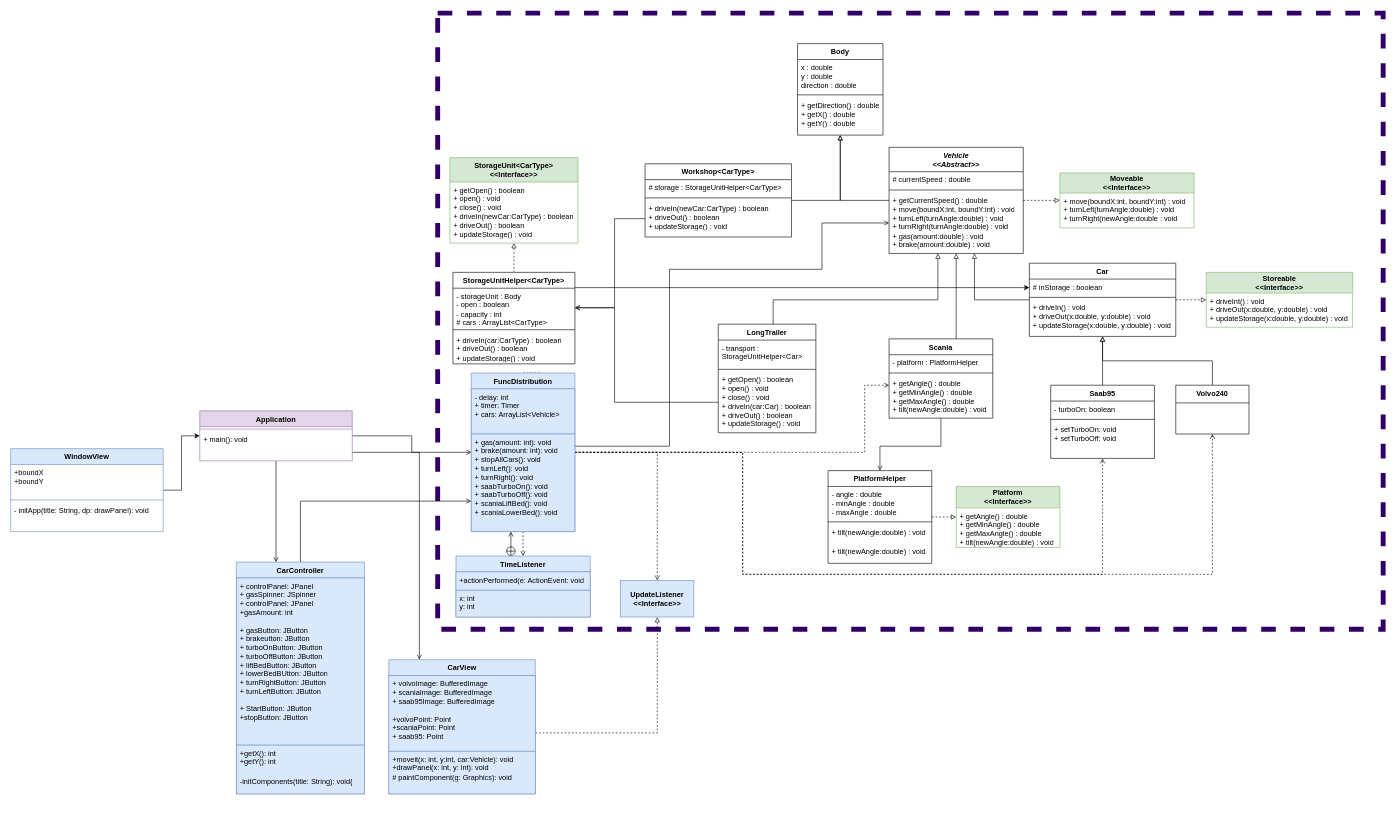
Before: Labb3superpost.drawio in ErikFogelstrand/lab1-riktig, a draw.io diagram. Source tidied: cells renumbered, new cells numbered last; positions are measured from the earlier drawing's top-left corner, leaving out a move shared by most shapes. Both pictures are drawn from the tidied source at 61%, with x=0, y=0 at pixel (10, 13).
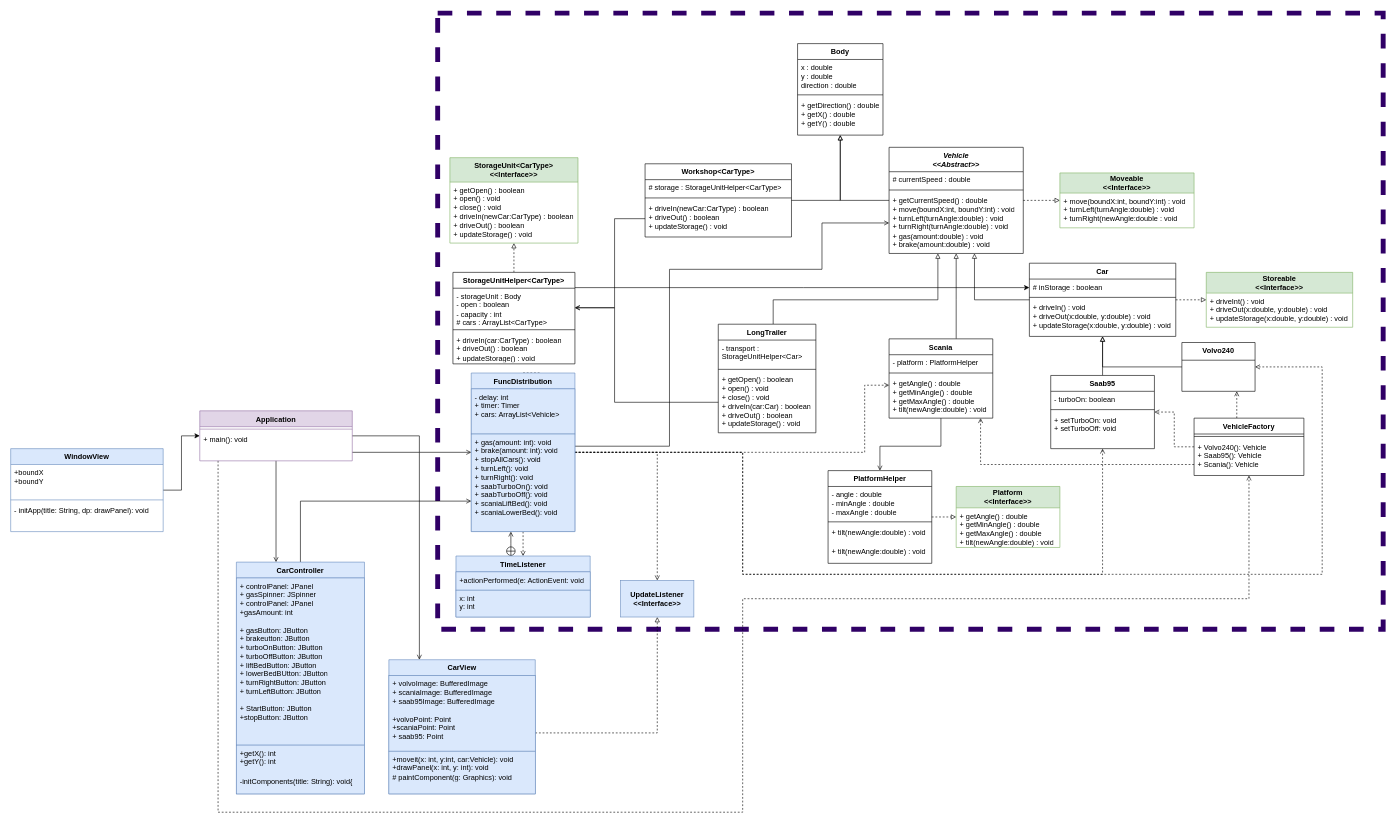
After the change.

Unchanged cells that the change refers to:
```xml
<mxCell id="19" value="FuncDistribution" style="swimlane;fontStyle=1;align=center;verticalAlign=top;horizontal=1;startSize=26;whiteSpace=wrap;html=1;fillColor=#dae8fc;strokeColor=#6c8ebf;" parent="1" vertex="1">
  <mxGeometry x="755" y="590" width="170" height="260" as="geometry" />
</mxCell>
<mxCell id="45" value="Scania" style="swimlane;fontStyle=1;align=center;verticalAlign=top;horizontal=1;startSize=26;whiteSpace=wrap;html=1;" parent="1" vertex="1">
  <mxGeometry x="1440" y="534" width="170" height="130" as="geometry" />
</mxCell>
<mxCell id="89" value="Application" style="swimlane;fontStyle=1;align=center;verticalAlign=top;horizontal=1;startSize=26;whiteSpace=wrap;html=1;fillColor=#e1d5e7;strokeColor=#9673a6;" parent="1" vertex="1">
  <mxGeometry x="310" y="652" width="250" height="82" as="geometry" />
</mxCell>
```

What changed in the source:
```diff
@@
     <mxCell id="16" style="edgeStyle=orthogonalEdgeStyle;rounded=0;jettySize=auto;html=1;dashed=1;endArrow=open;endFill=0;exitX=1;exitY=0.5;exitDx=0;exitDy=0;" parent="1" edge="1" source="19" target="42">
       <mxGeometry relative="1" as="geometry">
         <Array as="points">
           <mxPoint x="1200" y="720" />
           <mxPoint x="1200" y="920" />
-          <mxPoint x="1970" y="920" />
+          <mxPoint x="2150" y="920" />
+          <mxPoint x="2150" y="580" />
         </Array>
       </mxGeometry>
     </mxCell>
@@
     <mxCell id="37" value="&lt;div&gt;Saab95&lt;/div&gt;" style="swimlane;fontStyle=1;align=center;verticalAlign=top;horizontal=1;startSize=26;whiteSpace=wrap;html=1;" parent="1" vertex="1">
-      <mxGeometry x="1705" y="610" width="170" height="120" as="geometry" />
+      <mxGeometry x="1705" y="594" width="170" height="120" as="geometry" />
     </mxCell>
@@
     <mxCell id="42" value="&lt;div&gt;Volvo240&lt;/div&gt;" style="swimlane;fontStyle=1;align=center;verticalAlign=top;horizontal=1;startSize=29;whiteSpace=wrap;html=1;" parent="1" vertex="1">
-      <mxGeometry x="1910" y="610" width="120" height="80" as="geometry" />
+      <mxGeometry x="1920" y="540" width="120" height="80" as="geometry" />
     </mxCell>
@@
     <mxCell id="86" style="edgeStyle=orthogonalEdgeStyle;rounded=0;jettySize=auto;html=1;endArrow=open;endFill=0;" parent="1" edge="1" source="89" target="19">
-      <mxGeometry relative="1" as="geometry" />
+      <mxGeometry relative="1" as="geometry">
+        <Array as="points">
+          <mxPoint x="670" y="693" />
+          <mxPoint x="670" y="720" />
+        </Array>
+      </mxGeometry>
     </mxCell>
@@
+    <mxCell id="97" style="edgeStyle=orthogonalEdgeStyle;rounded=0;jettySize=auto;html=1;dashed=1;endArrow=open;endFill=0;" parent="1" edge="1" source="89" target="101">
+      <mxGeometry relative="1" as="geometry">
+        <Array as="points">
+          <mxPoint x="340" y="1310" />
+          <mxPoint x="1200" y="1310" />
+          <mxPoint x="1200" y="960" />
+          <mxPoint x="2030" y="960" />
+        </Array>
+      </mxGeometry>
+    </mxCell>
@@
+    <mxCell id="98" style="edgeStyle=orthogonalEdgeStyle;rounded=0;jettySize=auto;html=1;dashed=1;endArrow=open;endFill=0;" parent="1" edge="1" source="101" target="37">
+      <mxGeometry relative="1" as="geometry" />
+    </mxCell>
+    <mxCell id="99" style="edgeStyle=orthogonalEdgeStyle;rounded=0;jettySize=auto;html=1;dashed=1;endArrow=open;endFill=0;" parent="1" edge="1" source="101" target="45">
+      <mxGeometry relative="1" as="geometry">
+        <Array as="points">
+          <mxPoint x="1590" y="740" />
+        </Array>
+      </mxGeometry>
+    </mxCell>
+    <mxCell id="100" style="edgeStyle=orthogonalEdgeStyle;rounded=0;jettySize=auto;html=1;dashed=1;endArrow=open;endFill=0;" parent="1" edge="1" source="101" target="42">
+      <mxGeometry relative="1" as="geometry">
+        <Array as="points">
+          <mxPoint x="2010" y="630" />
+          <mxPoint x="2010" y="630" />
+        </Array>
+      </mxGeometry>
+    </mxCell>
+    <mxCell id="101" value="VehicleFactory" style="swimlane;fontStyle=1;align=center;verticalAlign=top;horizontal=1;startSize=26;whiteSpace=wrap;html=1;" parent="1" vertex="1">
+      <mxGeometry x="1940" y="664" width="180" height="94" as="geometry" />
+    </mxCell>
+    <mxCell id="102" style="line;strokeWidth=1;fillColor=none;align=left;verticalAlign=middle;spacingTop=-1;spacingLeft=3;spacingRight=3;labelPosition=right;strokeColor=inherit;" parent="101" vertex="1">
+      <mxGeometry y="26" width="180" height="8" as="geometry" />
+    </mxCell>
+    <mxCell id="103" value="&lt;div&gt;+ Volvo240(): Vehicle&lt;/div&gt;&lt;div&gt;+ Saab95(): Vehicle&lt;/div&gt;&lt;div&gt;+ Scania(): Vehicle&lt;br&gt;&lt;/div&gt;" style="text;strokeColor=none;fillColor=none;align=left;verticalAlign=top;spacingLeft=4;spacingRight=4;overflow=hidden;whiteSpace=wrap;html=1;" parent="101" vertex="1">
+      <mxGeometry y="34" width="180" height="60" as="geometry" />
+    </mxCell>
```
